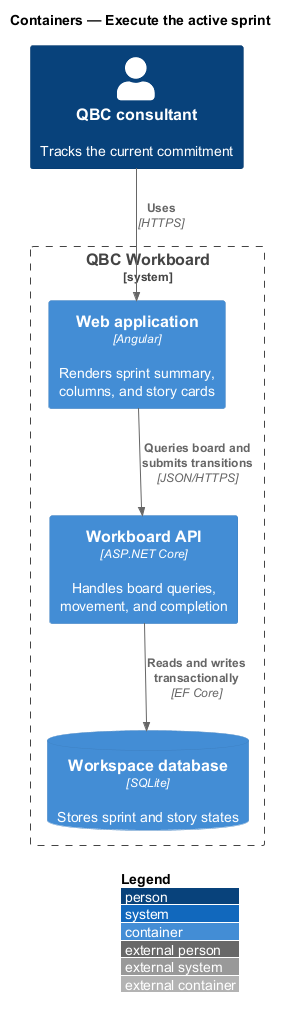
QuinntyneBrown/quinntyne-brown-consulting keeps this PlantUML diagram as docs/detailed-designs/delivery/execute-active-sprint/diagrams/c4-container.png. Above is the earlier version. Its diagram source:
```plantuml
@startuml
!include <C4/C4_Container>
LAYOUT_WITH_LEGEND()
title Containers — Execute the active sprint

Person(consultant, "QBC consultant", "Tracks the current commitment")
System_Boundary(workboard, "QBC Workboard") {
  Container(spa, "Web application", "Angular", "Renders sprint summary, columns, and story cards")
  Container(api, "Workboard API", "ASP.NET Core", "Handles board queries, movement, and completion")
  ContainerDb(db, "Workspace database", "SQLite", "Stores sprint and story states")
}

Rel(consultant, spa, "Uses", "HTTPS")
Rel(spa, api, "Queries board and submits transitions", "JSON/HTTPS")
Rel(api, db, "Reads and writes transactionally", "EF Core")
@enduml
```
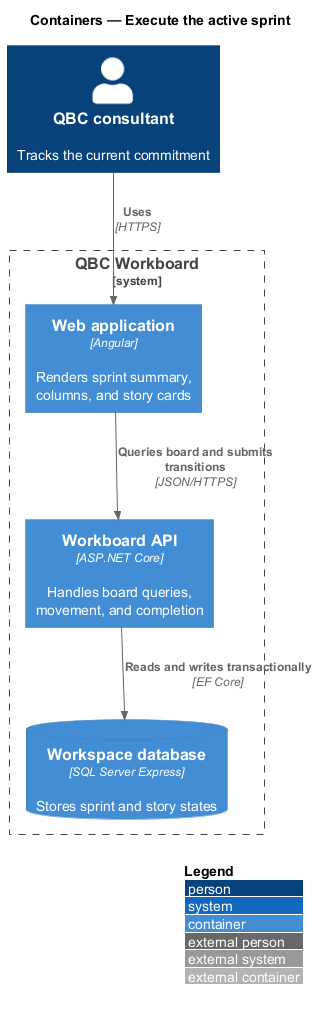
Above is the later version.

The edit, as a diff of the source:
```diff
@@ -7,7 +7,7 @@
 System_Boundary(workboard, "QBC Workboard") {
   Container(spa, "Web application", "Angular", "Renders sprint summary, columns, and story cards")
   Container(api, "Workboard API", "ASP.NET Core", "Handles board queries, movement, and completion")
-  ContainerDb(db, "Workspace database", "SQLite", "Stores sprint and story states")
+  ContainerDb(db, "Workspace database", "SQL Server Express", "Stores sprint and story states")
 }
 
 Rel(consultant, spa, "Uses", "HTTPS")
```
